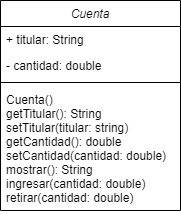
Earlier version of the draw.io export POO1/Cuenta.drawio.png (Sof-Saos/PB-E). Source tidied: cells renumbered, new cells last; positions are measured from the earlier drawing's top-left corner, leaving out a move shared by most shapes. The source it was exported from:
```xml
<mxGraphModel>
  <root>
    <mxCell id="0" />
    <mxCell id="1" parent="0" />
    <mxCell id="2" value="Cuenta" style="swimlane;fontStyle=2;align=center;verticalAlign=top;horizontal=1;startSize=26;rounded=0;shadow=0;strokeWidth=1;" parent="1" vertex="1">
      <mxGeometry width="180" height="210" as="geometry" />
    </mxCell>
    <mxCell id="3" value="+ titular: String" style="text;align=left;verticalAlign=top;spacingLeft=4;spacingRight=4;overflow=hidden;" parent="2" vertex="1">
      <mxGeometry y="26" width="180" height="26" as="geometry" />
    </mxCell>
    <mxCell id="4" value="- cantidad: double" style="text;align=left;verticalAlign=top;spacingLeft=4;spacingRight=4;overflow=hidden;rounded=0;shadow=0;html=0;" parent="2" vertex="1">
      <mxGeometry y="52" width="180" height="26" as="geometry" />
    </mxCell>
    <mxCell id="5" style="line;html=1;strokeWidth=1;align=left;verticalAlign=middle;spacingTop=-1;spacingLeft=3;spacingRight=3;labelPosition=right;" parent="2" vertex="1">
      <mxGeometry y="78" width="180" height="8" as="geometry" />
    </mxCell>
    <mxCell id="6" value="Cuenta()&#10;getTitular(): String&#10;setTitular(titular: string)&#10;getCantidad(): double&#10;setCantidad(cantidad: double) &#10;mostrar(): String&#10;ingresar(cantidad: double)&#10;retirar(cantidad: double)&#10;&#10;" style="text;align=left;verticalAlign=top;spacingLeft=4;spacingRight=4;overflow=hidden;" parent="2" vertex="1">
      <mxGeometry y="86" width="180" height="124" as="geometry" />
    </mxCell>
  </root>
</mxGraphModel>
```
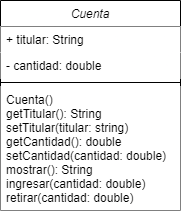
After the change.

Change to the diagram source:
```diff
@@ -5,16 +5,16 @@
     <mxCell id="2" value="Cuenta" style="swimlane;fontStyle=2;align=center;verticalAlign=top;horizontal=1;startSize=26;rounded=0;shadow=0;strokeWidth=1;" parent="1" vertex="1">
       <mxGeometry width="180" height="210" as="geometry" />
     </mxCell>
-    <mxCell id="3" value="+ titular: String" style="text;align=left;verticalAlign=top;spacingLeft=4;spacingRight=4;overflow=hidden;" parent="2" vertex="1">
+    <mxCell id="3" value="+ titular: String" style="text;align=left;verticalAlign=top;spacingLeft=4;spacingRight=4;overflow=hidden;fillColor=default;" parent="2" vertex="1">
       <mxGeometry y="26" width="180" height="26" as="geometry" />
     </mxCell>
-    <mxCell id="4" value="- cantidad: double" style="text;align=left;verticalAlign=top;spacingLeft=4;spacingRight=4;overflow=hidden;rounded=0;shadow=0;html=0;" parent="2" vertex="1">
+    <mxCell id="4" value="- cantidad: double" style="text;align=left;verticalAlign=top;spacingLeft=4;spacingRight=4;overflow=hidden;rounded=0;shadow=0;html=0;fillColor=default;" parent="2" vertex="1">
       <mxGeometry y="52" width="180" height="26" as="geometry" />
     </mxCell>
     <mxCell id="5" style="line;html=1;strokeWidth=1;align=left;verticalAlign=middle;spacingTop=-1;spacingLeft=3;spacingRight=3;labelPosition=right;" parent="2" vertex="1">
       <mxGeometry y="78" width="180" height="8" as="geometry" />
     </mxCell>
-    <mxCell id="6" value="Cuenta()&#10;getTitular(): String&#10;setTitular(titular: string)&#10;getCantidad(): double&#10;setCantidad(cantidad: double) &#10;mostrar(): String&#10;ingresar(cantidad: double)&#10;retirar(cantidad: double)&#10;&#10;" style="text;align=left;verticalAlign=top;spacingLeft=4;spacingRight=4;overflow=hidden;" parent="2" vertex="1">
+    <mxCell id="6" value="Cuenta()&#10;getTitular(): String&#10;setTitular(titular: string)&#10;getCantidad(): double&#10;setCantidad(cantidad: double) &#10;mostrar(): String&#10;ingresar(cantidad: double)&#10;retirar(cantidad: double)&#10;&#10;" style="text;align=left;verticalAlign=top;spacingLeft=4;spacingRight=4;overflow=hidden;fillColor=default;" parent="2" vertex="1">
       <mxGeometry y="86" width="180" height="124" as="geometry" />
     </mxCell>
   </root>
```
